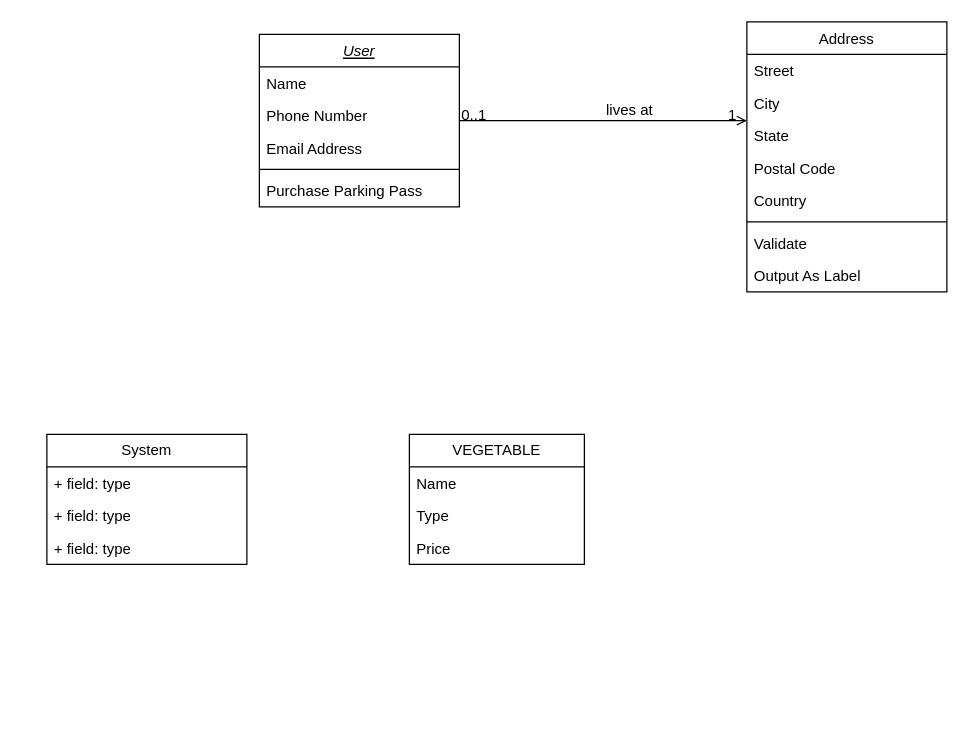
LeeTaDa/LeTatDat keeps this draw.io diagram as Biểu đồ không có tiêu đề.drawio. Above is the earlier version. Source tidied: cells renumbered, new cells numbered last; positions are measured from the earlier drawing's top-left corner, leaving out a move shared by most shapes. Both pictures are drawn from the tidied source at 125%, with x=0, y=0 at pixel (46, 21).
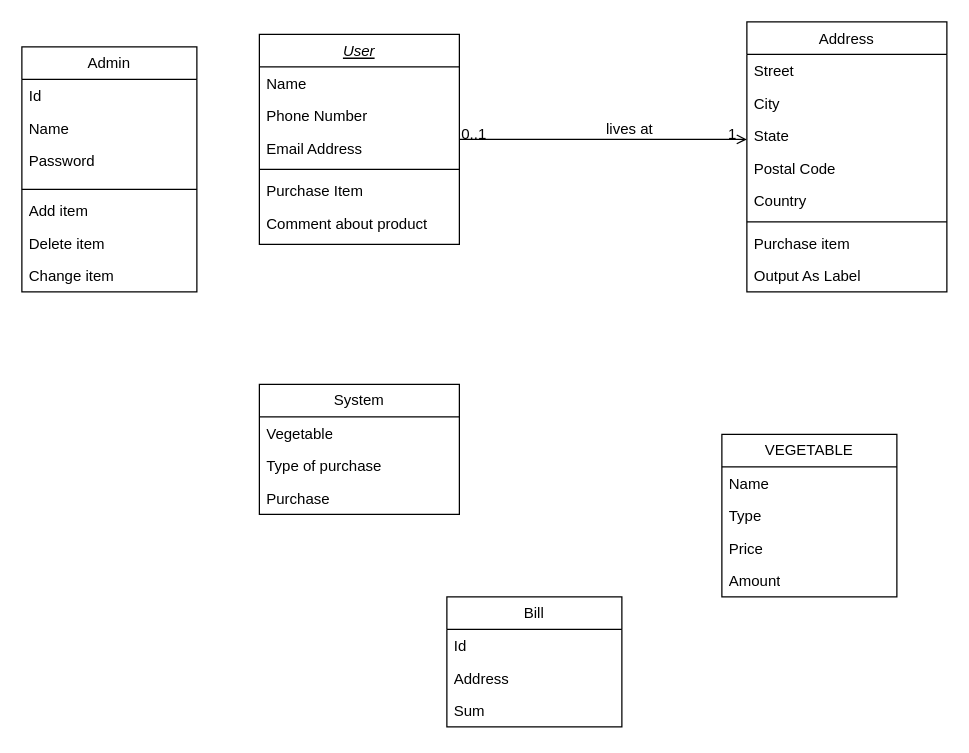
The same diagram, later.

Commit message:
Cập nhật Biểu đồ không có tiêu đề.drawio

Unchanged cells that the change refers to:
```xml
<mxCell id="8" value="Address" style="swimlane;fontStyle=0;align=center;verticalAlign=top;horizontal=1;startSize=26;rounded=0;shadow=0;strokeWidth=1;" parent="1" vertex="1">
  <mxGeometry x="560" width="160" height="216" as="geometry" />
</mxCell>
```

Diff of the diagram source:
```diff
@@
     <mxCell id="2" value="User&#10;" style="swimlane;fontStyle=6;align=center;verticalAlign=top;horizontal=1;startSize=26;rounded=0;shadow=0;strokeWidth=1;" parent="1" vertex="1">
-      <mxGeometry x="170" y="10" width="160" height="138" as="geometry" />
+      <mxGeometry x="170" y="10" width="160" height="168" as="geometry" />
     </mxCell>
@@
-    <mxCell id="7" value="Purchase Parking Pass" style="text;align=left;verticalAlign=top;spacingLeft=4;spacingRight=4;overflow=hidden;" parent="2" vertex="1">
+    <mxCell id="7" value="Purchase Item" style="text;align=left;verticalAlign=top;spacingLeft=4;spacingRight=4;overflow=hidden;" parent="2" vertex="1">
       <mxGeometry y="112" width="160" height="26" as="geometry" />
     </mxCell>
+    <mxCell id="29" value="Comment about product" style="text;strokeColor=none;fillColor=none;align=left;verticalAlign=top;spacingLeft=4;spacingRight=4;overflow=hidden;whiteSpace=wrap;html=1;" parent="2" vertex="1">
+      <mxGeometry y="138" width="160" height="30" as="geometry" />
+    </mxCell>
@@
-    <mxCell id="15" value="Validate" style="text;align=left;verticalAlign=top;spacingLeft=4;spacingRight=4;overflow=hidden;" parent="8" vertex="1">
+    <mxCell id="15" value="Purchase item" style="text;align=left;verticalAlign=top;spacingLeft=4;spacingRight=4;overflow=hidden;" parent="8" vertex="1">
       <mxGeometry y="164" width="160" height="26" as="geometry" />
     </mxCell>
@@
     <mxCell id="21" value="System" style="swimlane;fontStyle=0;horizontal=1;startSize=26;fillColor=none;whiteSpace=wrap;html=1;" parent="1" vertex="1">
-      <mxGeometry y="330" width="160" height="104" as="geometry" />
+      <mxGeometry x="170" y="290" width="160" height="104" as="geometry" />
     </mxCell>
-    <mxCell id="22" value="+ field: type" style="text;strokeColor=none;fillColor=none;align=left;verticalAlign=top;spacingLeft=4;spacingRight=4;overflow=hidden;whiteSpace=wrap;html=1;" parent="21" vertex="1">
+    <mxCell id="22" value="Vegetable" style="text;strokeColor=none;fillColor=none;align=left;verticalAlign=top;spacingLeft=4;spacingRight=4;overflow=hidden;whiteSpace=wrap;html=1;" parent="21" vertex="1">
       <mxGeometry y="26" width="160" height="26" as="geometry" />
     </mxCell>
+    <mxCell id="24" value="Type of purchase" style="text;strokeColor=none;fillColor=none;align=left;verticalAlign=top;spacingLeft=4;spacingRight=4;overflow=hidden;whiteSpace=wrap;html=1;" parent="21" vertex="1">
+      <mxGeometry y="52" width="160" height="26" as="geometry" />
+    </mxCell>
-    <mxCell id="23" value="+ field: type" style="text;strokeColor=none;fillColor=none;align=left;verticalAlign=top;spacingLeft=4;spacingRight=4;overflow=hidden;whiteSpace=wrap;html=1;" parent="21" vertex="1">
-      <mxGeometry y="52" width="160" height="26" as="geometry" />
+    <mxCell id="23" value="Purchase" style="text;strokeColor=none;fillColor=none;align=left;verticalAlign=top;spacingLeft=4;spacingRight=4;overflow=hidden;whiteSpace=wrap;html=1;" parent="21" vertex="1">
+      <mxGeometry y="78" width="160" height="26" as="geometry" />
     </mxCell>
-    <mxCell id="24" value="+ field: type" style="text;strokeColor=none;fillColor=none;align=left;verticalAlign=top;spacingLeft=4;spacingRight=4;overflow=hidden;whiteSpace=wrap;html=1;" parent="21" vertex="1">
-      <mxGeometry y="78" width="160" height="26" as="geometry" />
-    </mxCell>
     <mxCell id="25" value="VEGETABLE" style="swimlane;fontStyle=0;horizontal=1;startSize=26;fillColor=none;whiteSpace=wrap;html=1;" parent="1" vertex="1">
-      <mxGeometry x="290" y="330" width="140" height="104" as="geometry" />
+      <mxGeometry x="540" y="330" width="140" height="130" as="geometry" />
     </mxCell>
@@
+    <mxCell id="30" value="Amount&lt;div&gt;&lt;br&gt;&lt;/div&gt;" style="text;strokeColor=none;fillColor=none;align=left;verticalAlign=top;spacingLeft=4;spacingRight=4;overflow=hidden;whiteSpace=wrap;html=1;" parent="25" vertex="1">
+      <mxGeometry y="104" width="140" height="26" as="geometry" />
+    </mxCell>
+    <mxCell id="31" value="Admin" style="swimlane;fontStyle=0;horizontal=1;startSize=26;fillColor=none;whiteSpace=wrap;html=1;" parent="1" vertex="1">
+      <mxGeometry x="-20" y="20" width="140" height="196" as="geometry" />
+    </mxCell>
+    <mxCell id="32" value="Id&lt;span style=&quot;white-space: pre;&quot;&gt;&#9;&lt;/span&gt;" style="text;strokeColor=none;fillColor=none;align=left;verticalAlign=top;spacingLeft=4;spacingRight=4;overflow=hidden;whiteSpace=wrap;html=1;" parent="31" vertex="1">
+      <mxGeometry y="26" width="140" height="26" as="geometry" />
+    </mxCell>
+    <mxCell id="33" value="Name&lt;span style=&quot;white-space: pre;&quot;&gt;&#9;&lt;/span&gt;" style="text;strokeColor=none;fillColor=none;align=left;verticalAlign=top;spacingLeft=4;spacingRight=4;overflow=hidden;whiteSpace=wrap;html=1;" parent="31" vertex="1">
+      <mxGeometry y="52" width="140" height="26" as="geometry" />
+    </mxCell>
+    <mxCell id="34" value="Password" style="text;strokeColor=none;fillColor=none;align=left;verticalAlign=top;spacingLeft=4;spacingRight=4;overflow=hidden;whiteSpace=wrap;html=1;" parent="31" vertex="1">
+      <mxGeometry y="78" width="140" height="32" as="geometry" />
+    </mxCell>
+    <mxCell id="35" style="line;strokeWidth=1;fillColor=none;align=left;verticalAlign=middle;spacingTop=-1;spacingLeft=3;spacingRight=3;labelPosition=right;strokeColor=inherit;" parent="31" vertex="1">
+      <mxGeometry y="110" width="140" height="8" as="geometry" />
+    </mxCell>
+    <mxCell id="36" value="Add item" style="text;strokeColor=none;fillColor=none;align=left;verticalAlign=top;spacingLeft=4;spacingRight=4;overflow=hidden;whiteSpace=wrap;html=1;" parent="31" vertex="1">
+      <mxGeometry y="118" width="140" height="26" as="geometry" />
+    </mxCell>
+    <mxCell id="37" value="Delete item" style="text;strokeColor=none;fillColor=none;align=left;verticalAlign=top;spacingLeft=4;spacingRight=4;overflow=hidden;whiteSpace=wrap;html=1;" parent="31" vertex="1">
+      <mxGeometry y="144" width="140" height="26" as="geometry" />
+    </mxCell>
+    <mxCell id="38" value="Change item" style="text;strokeColor=none;fillColor=none;align=left;verticalAlign=top;spacingLeft=4;spacingRight=4;overflow=hidden;whiteSpace=wrap;html=1;" parent="31" vertex="1">
+      <mxGeometry y="170" width="140" height="26" as="geometry" />
+    </mxCell>
+    <mxCell id="39" value="Bill" style="swimlane;fontStyle=0;horizontal=1;startSize=26;fillColor=none;whiteSpace=wrap;html=1;" parent="1" vertex="1">
+      <mxGeometry x="320" y="460" width="140" height="104" as="geometry" />
+    </mxCell>
+    <mxCell id="40" value="Id" style="text;strokeColor=none;fillColor=none;align=left;verticalAlign=top;spacingLeft=4;spacingRight=4;overflow=hidden;whiteSpace=wrap;html=1;" parent="39" vertex="1">
+      <mxGeometry y="26" width="140" height="26" as="geometry" />
+    </mxCell>
+    <mxCell id="41" value="Address" style="text;strokeColor=none;fillColor=none;align=left;verticalAlign=top;spacingLeft=4;spacingRight=4;overflow=hidden;whiteSpace=wrap;html=1;" parent="39" vertex="1">
+      <mxGeometry y="52" width="140" height="26" as="geometry" />
+    </mxCell>
+    <mxCell id="42" value="Sum&lt;div&gt;&lt;br&gt;&lt;/div&gt;" style="text;strokeColor=none;fillColor=none;align=left;verticalAlign=top;spacingLeft=4;spacingRight=4;overflow=hidden;whiteSpace=wrap;html=1;" parent="39" vertex="1">
+      <mxGeometry y="78" width="140" height="26" as="geometry" />
+    </mxCell>
```
